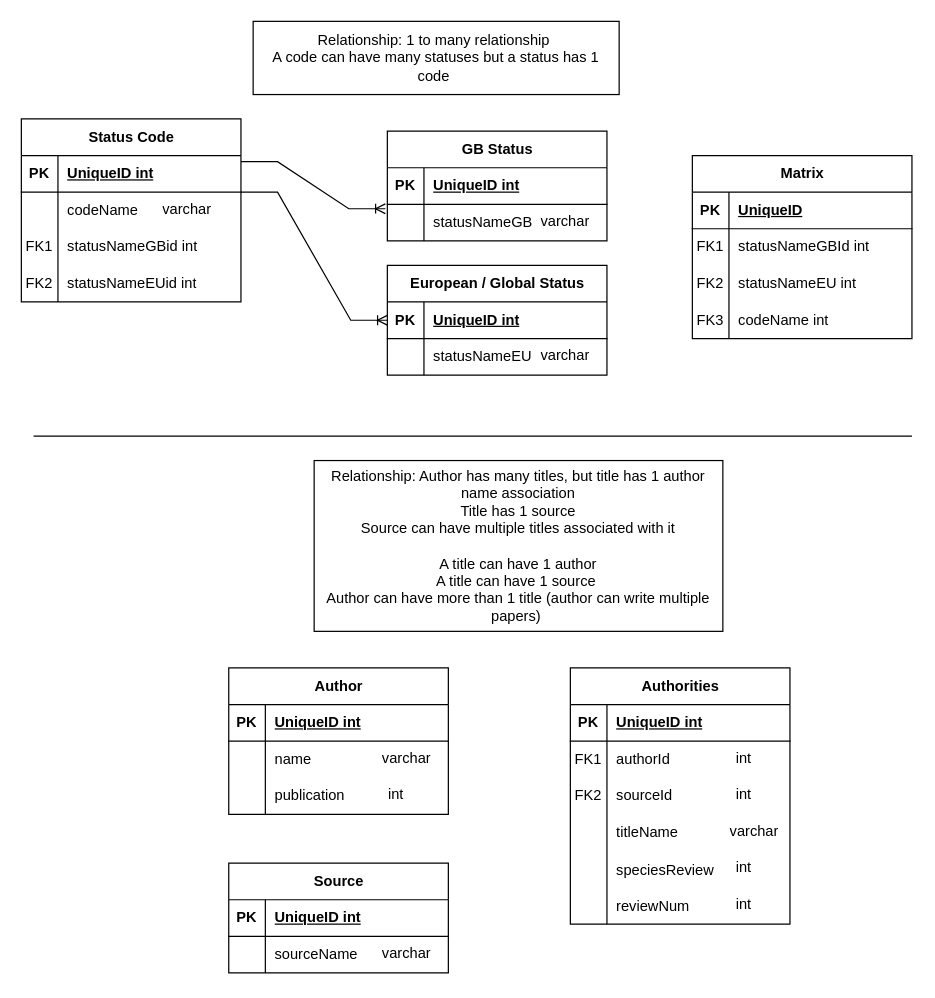
This is Untitled Diagram.drawio from ShazSeatter/db-diagrams, a draw.io file, before an edit. Source tidied: cells renumbered, new cells numbered last; positions are measured from the earlier drawing's top-left corner, leaving out a move shared by most shapes. Both pictures are drawn from the tidied source at 122%, with x=0, y=0 at pixel (21, 21).
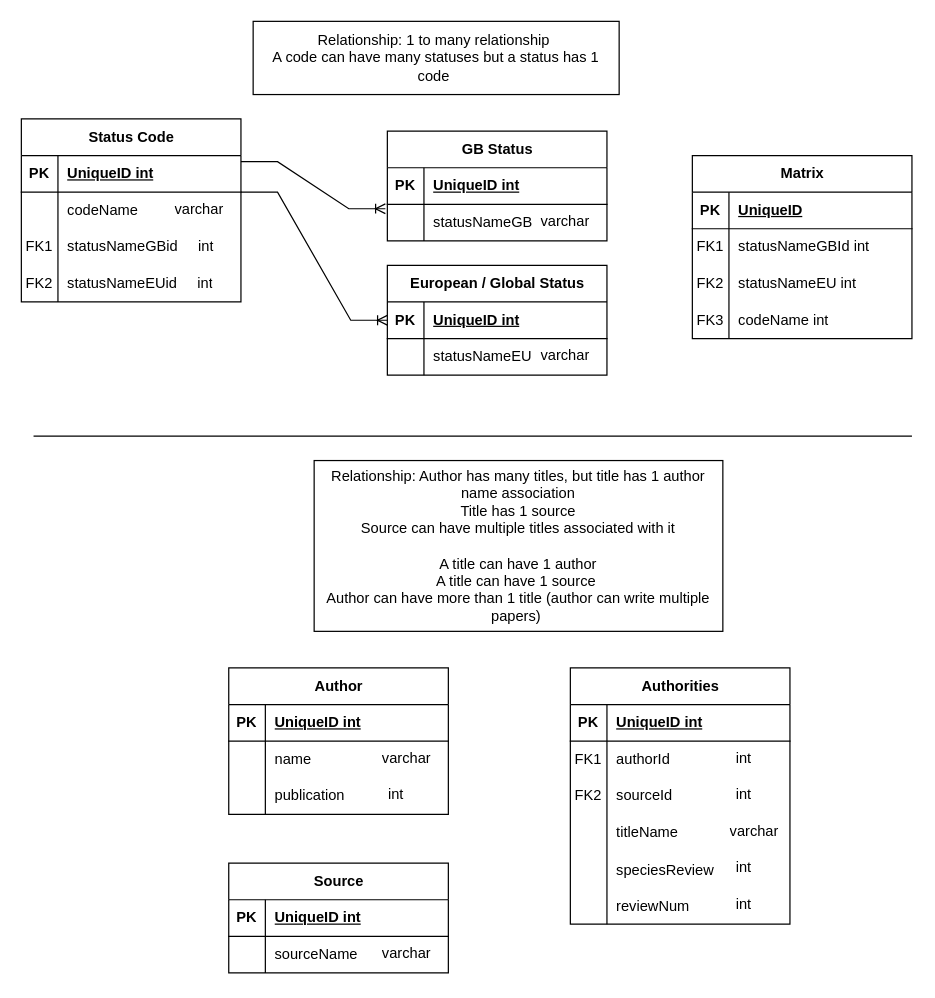
After the change.

The change refers to these unchanged cells:
```xml
<mxCell id="17" style="shape=tableRow;horizontal=0;startSize=0;swimlaneHead=0;swimlaneBody=0;fillColor=none;top=0;left=0;right=0;bottom=0;" parent="10" vertex="1">
  <mxGeometry y="90" width="180" height="30" as="geometry" />
</mxCell>
<mxCell id="20" style="shape=tableRow;horizontal=0;startSize=0;swimlaneHead=0;swimlaneBody=0;fillColor=none;top=0;left=0;right=0;bottom=0;" parent="10" vertex="1">
  <mxGeometry y="120" width="180" height="30" as="geometry" />
</mxCell>
```

What changed in the source:
```diff
@@
-    <mxCell id="19" value="statusNameGBid int" style="shape=partialRectangle;fillColor=none;top=0;left=0;bottom=0;right=0;align=left;spacingLeft=6;fontStyle=0;overflow=hidden;whiteSpace=wrap;html=1;" parent="17" vertex="1">
+    <mxCell id="19" value="statusNameGBid&amp;nbsp; &amp;nbsp; &amp;nbsp;int" style="shape=partialRectangle;fillColor=none;top=0;left=0;bottom=0;right=0;align=left;spacingLeft=6;fontStyle=0;overflow=hidden;whiteSpace=wrap;html=1;" parent="17" vertex="1">
       <mxGeometry x="30" width="150" height="30" as="geometry" />
     </mxCell>
@@
-    <mxCell id="22" value="statusNameEUid int" style="shape=partialRectangle;fillColor=none;top=0;left=0;bottom=0;right=0;align=left;spacingLeft=6;fontStyle=0;overflow=hidden;whiteSpace=wrap;html=1;" parent="20" vertex="1">
+    <mxCell id="22" value="statusNameEUid&amp;nbsp; &amp;nbsp; &amp;nbsp;int" style="shape=partialRectangle;fillColor=none;top=0;left=0;bottom=0;right=0;align=left;spacingLeft=6;fontStyle=0;overflow=hidden;whiteSpace=wrap;html=1;" parent="20" vertex="1">
       <mxGeometry x="30" width="150" height="30" as="geometry" />
     </mxCell>
     <mxCell id="23" value="varchar" style="text;strokeColor=none;fillColor=none;spacingLeft=4;spacingRight=4;overflow=hidden;fontSize=12;whiteSpace=wrap;html=1;" parent="1" vertex="1">
-      <mxGeometry x="110" y="140" width="60" height="30" as="geometry" />
+      <mxGeometry x="120" y="140" width="60" height="30" as="geometry" />
     </mxCell>
```
